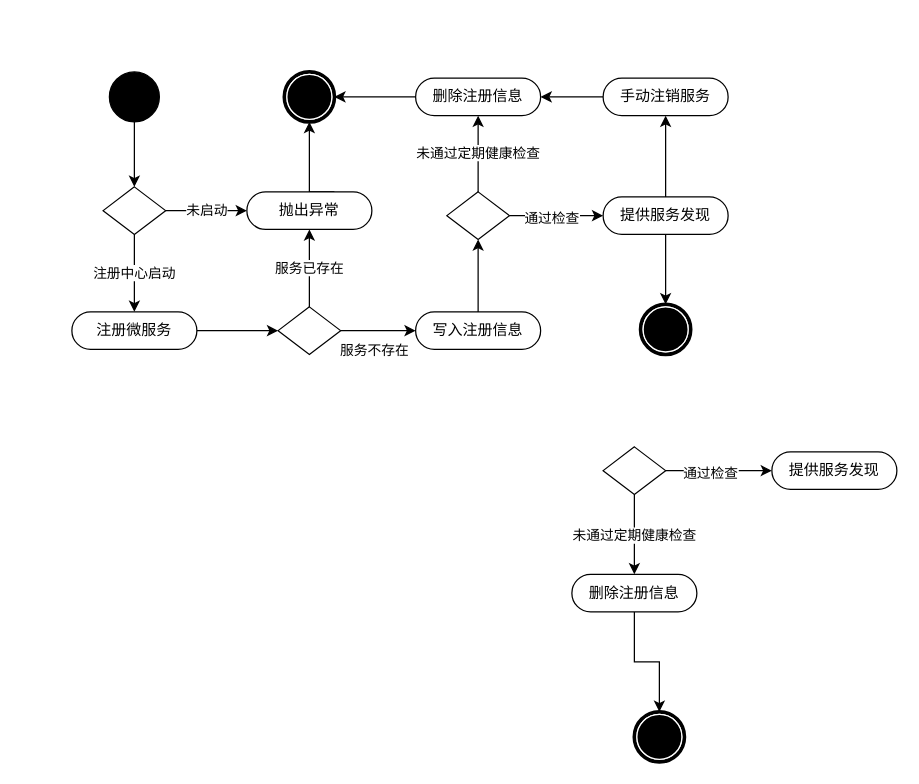
This is Copy of Copy of outline_3.drawio from DixinFan/diagrams, a draw.io file, before an edit. Source tidied: cells renumbered, new cells numbered last; positions are measured from the earlier drawing's top-left corner, leaving out a move shared by most shapes. Both pictures are drawn from the tidied source at 125%, with x=0, y=0 at pixel (71, 71).
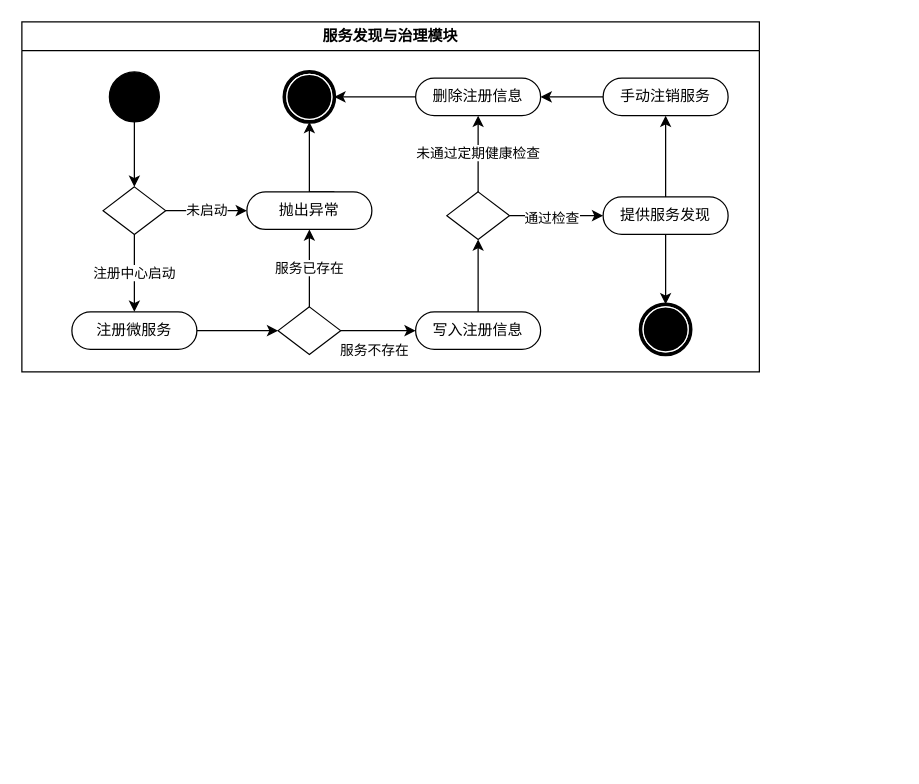
The same diagram, later.

What changed in the source:
```diff
@@
-    <mxCell id="18" value="未通过定期健康检查" style="edgeStyle=orthogonalEdgeStyle;rounded=0;jettySize=auto;html=1;exitX=0.5;exitY=1;exitDx=0;exitDy=0;entryX=0.5;entryY=0;entryDx=0;entryDy=0;" parent="1" edge="1" source="19" target="21">
-      <mxGeometry x="0.02" relative="1" as="geometry" />
-    </mxCell>
-    <mxCell id="19" style="rhombus;whiteSpace=wrap;html=1;fontStyle=1;" parent="1" vertex="1">
-      <mxGeometry x="425" y="300" width="50" height="38" as="geometry" />
-    </mxCell>
-    <mxCell id="20" style="edgeStyle=orthogonalEdgeStyle;rounded=0;jettySize=auto;html=1;exitX=0.5;exitY=1;exitDx=0;exitDy=0;entryX=0.5;entryY=0;entryDx=0;entryDy=0;" parent="1" edge="1" source="21" target="22">
-      <mxGeometry relative="1" as="geometry" />
-    </mxCell>
-    <mxCell id="21" value="删除注册信息" style="rounded=1;whiteSpace=wrap;html=1;shadow=0;comic=0;labelBackgroundColor=none;strokeWidth=1;fontFamily=Verdana;fontSize=12;align=center;arcSize=50;" parent="1" vertex="1">
-      <mxGeometry x="400" y="402" width="100" height="30" as="geometry" />
-    </mxCell>
-    <mxCell id="22" style="shape=mxgraph.bpmn.shape;html=1;verticalLabelPosition=bottom;labelBackgroundColor=#ffffff;verticalAlign=top;perimeter=ellipsePerimeter;outline=end;symbol=terminate;rounded=0;shadow=0;comic=0;strokeWidth=1;fontFamily=Verdana;fontSize=12;align=center;" parent="1" vertex="1">
-      <mxGeometry x="450" y="512" width="40" height="40" as="geometry" />
-    </mxCell>
-    <mxCell id="23" style="edgeStyle=orthogonalEdgeStyle;rounded=0;jettySize=auto;html=1;exitX=1;exitY=0.5;exitDx=0;exitDy=0;entryX=0;entryY=0.5;entryDx=0;entryDy=0;" parent="1" edge="1" source="19" target="25">
-      <mxGeometry relative="1" as="geometry" />
-    </mxCell>
-    <mxCell id="24" value="通过检查" style="edgeLabel;html=1;align=center;verticalAlign=middle;" parent="23" vertex="1">
-      <mxGeometry x="-0.59" y="-1" relative="1" as="geometry">
-        <mxPoint x="18" as="offset" />
-      </mxGeometry>
-    </mxCell>
-    <mxCell id="25" value="提供服务发现" style="rounded=1;whiteSpace=wrap;html=1;shadow=0;comic=0;labelBackgroundColor=none;strokeWidth=1;fontFamily=Verdana;fontSize=12;align=center;arcSize=50;" parent="1" vertex="1">
-      <mxGeometry x="560" y="304" width="100" height="30" as="geometry" />
-    </mxCell>
@@
+    <mxCell id="38" value="服务发现与治理模块" style="swimlane;whiteSpace=wrap;html=1;startSize=23;" parent="1" vertex="1">
+      <mxGeometry x="-40" y="-40" width="590" height="280" as="geometry" />
+    </mxCell>
```
